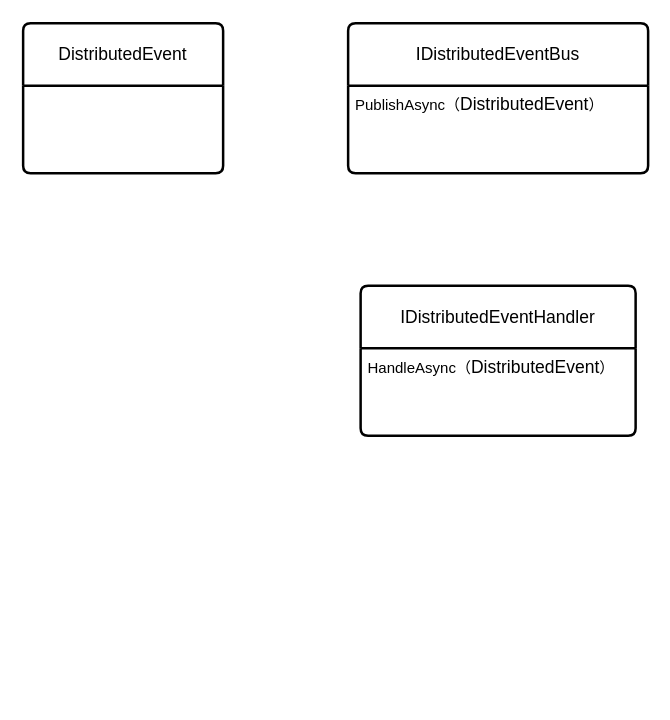
Earlier version of the draw.io diagram hello shop分布式事件.drawio (spinoza1989/drawIO). Source tidied: cells renumbered, new cells numbered last; positions are measured from the earlier drawing's top-left corner, leaving out a move shared by most shapes. Both pictures are drawn from the tidied source at 125%, with x=0, y=0 at pixel (22, 22).
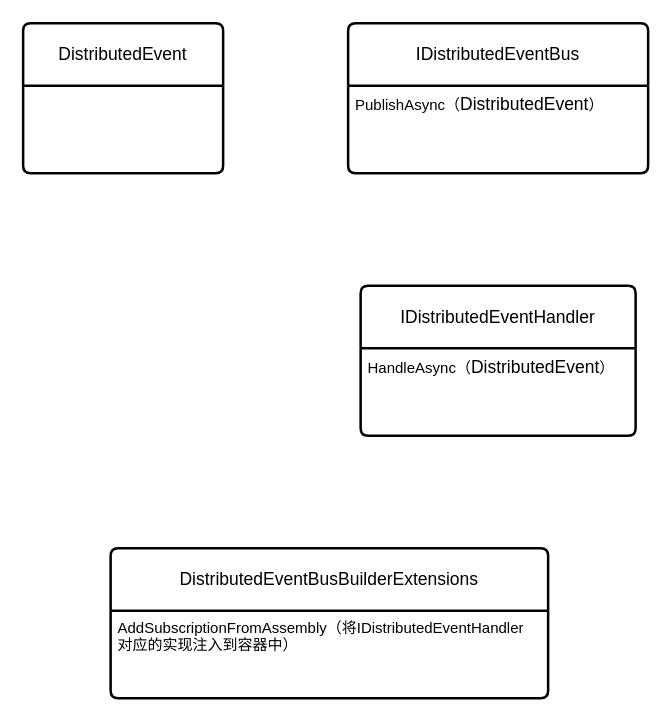
The same page after the edit.

Commit message:
更新hello shop分布式事件.drawio

Change to the diagram source:
```diff
@@
 <mxGraphModel>
   <root>
     <mxCell id="0" />
     <mxCell id="1" parent="0" />
     <mxCell id="2" value="IDistributedEventBus" style="swimlane;horizontal=1;startSize=50;rounded=1;fontSize=14;fontStyle=0;strokeWidth=2;shadow=0;dashed=0;align=center;arcSize=4;whiteSpace=wrap;html=1;" parent="1" vertex="1">
       <mxGeometry x="260" width="240" height="120" as="geometry" />
     </mxCell>
     <mxCell id="3" value="PublishAsync（&lt;span style=&quot;font-size: 14px; text-align: center; text-wrap: wrap;&quot;&gt;DistributedEvent&lt;/span&gt;）" style="align=left;strokeColor=none;fillColor=none;spacingLeft=4;fontSize=12;verticalAlign=top;html=1;" parent="2" vertex="1">
       <mxGeometry y="50" width="240" height="70" as="geometry" />
     </mxCell>
     <mxCell id="4" value="DistributedEvent" style="swimlane;horizontal=1;startSize=50;rounded=1;fontSize=14;fontStyle=0;strokeWidth=2;shadow=0;dashed=0;align=center;arcSize=4;whiteSpace=wrap;html=1;" parent="1" vertex="1">
       <mxGeometry width="160" height="120" as="geometry" />
     </mxCell>
     <mxCell id="5" value="IDistributedEventHandler" style="swimlane;horizontal=1;startSize=50;rounded=1;fontSize=14;fontStyle=0;strokeWidth=2;shadow=0;dashed=0;align=center;arcSize=4;whiteSpace=wrap;html=1;" parent="1" vertex="1">
       <mxGeometry x="270" y="210" width="220" height="120" as="geometry" />
     </mxCell>
     <mxCell id="6" value="HandleAsync（&lt;span style=&quot;font-size: 14px; text-align: center; text-wrap: wrap;&quot;&gt;DistributedEvent&lt;/span&gt;）" style="align=left;strokeColor=none;fillColor=none;spacingLeft=4;fontSize=12;verticalAlign=top;html=1;" parent="5" vertex="1">
       <mxGeometry y="50" width="220" height="70" as="geometry" />
     </mxCell>
+    <mxCell id="7" value="DistributedEventBusBuilderExtensions" style="swimlane;horizontal=1;startSize=50;rounded=1;fontSize=14;fontStyle=0;strokeWidth=2;shadow=0;dashed=0;align=center;arcSize=4;whiteSpace=wrap;html=1;" parent="1" vertex="1">
+      <mxGeometry x="70" y="420" width="350" height="120" as="geometry" />
+    </mxCell>
+    <mxCell id="8" value="AddSubscriptionFromAssembly（将IDistributedEventHandler&lt;div&gt;对应的实现注入到容器中）&lt;div&gt;&lt;br&gt;&lt;/div&gt;&lt;/div&gt;" style="align=left;strokeColor=none;fillColor=none;spacingLeft=4;fontSize=12;verticalAlign=top;html=1;" parent="7" vertex="1">
+      <mxGeometry y="50" width="350" height="70" as="geometry" />
+    </mxCell>
   </root>
 </mxGraphModel>
```
